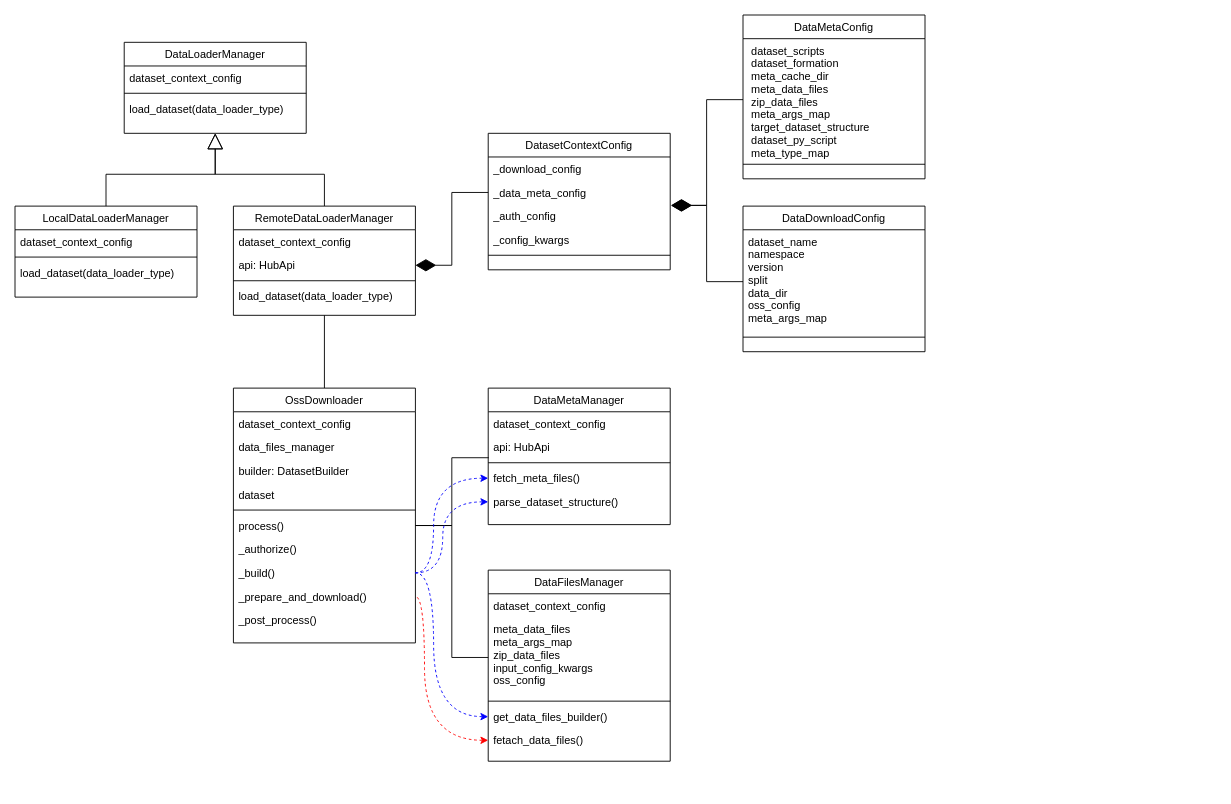
zhongchun/daily keeps this draw.io diagram as page "v_0.1" (1 of 2) of graphs/modelscope_class_diagram.drawio. Above is the earlier version. Source tidied: cells renumbered, new cells numbered last; positions are measured from the earlier drawing's top-left corner, leaving out a move shared by most shapes. Both pictures are drawn from the tidied source at 91%, with x=0, y=0 at pixel (15, 15).
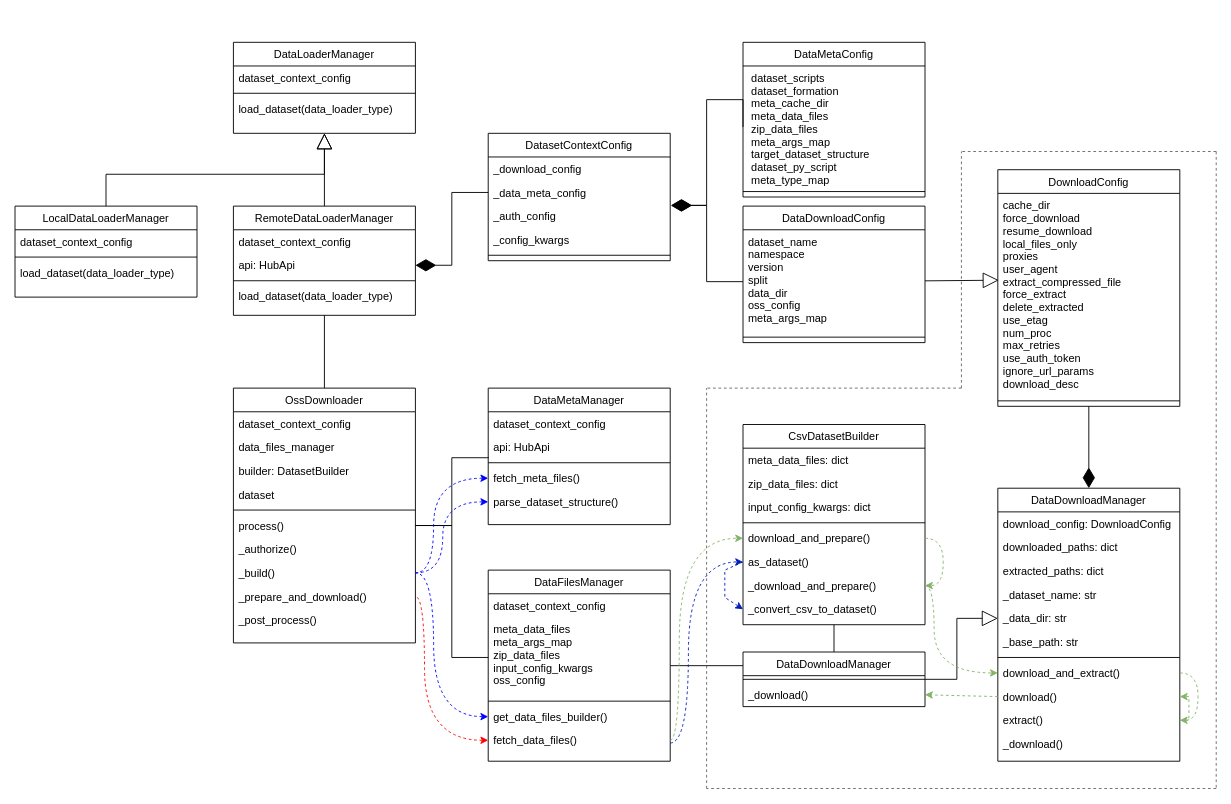
Above is the later version.

The change refers to these unchanged cells:
```xml
<mxCell id="40" value="dataset_name&#10;namespace&#10;version&#10;split&#10;data_dir&#10;oss_config&#10;meta_args_map" style="text;align=left;verticalAlign=top;spacingLeft=4;spacingRight=4;overflow=hidden;points=[[0,0.5],[1,0.5]];portConstraint=eastwest;" parent="39" vertex="1">
  <mxGeometry y="26" width="200" height="114" as="geometry" />
</mxCell>
<mxCell id="51" value="DataFilesManager" style="swimlane;fontStyle=0;align=center;verticalAlign=top;horizontal=1;startSize=26;rounded=0;shadow=0;strokeWidth=1;" parent="1" vertex="1">
  <mxGeometry x="520" y="610" width="200" height="210" as="geometry" />
</mxCell>
```

Diff of the diagram source:
```diff
@@
     <mxCell id="9" value="DataLoaderManager" style="swimlane;fontStyle=0;align=center;verticalAlign=top;horizontal=1;startSize=26;rounded=0;shadow=0;strokeWidth=1;" parent="1" vertex="1">
-      <mxGeometry x="120" y="30" width="200" height="100" as="geometry" />
+      <mxGeometry x="240" y="30" width="200" height="100" as="geometry" />
     </mxCell>
@@
     <mxCell id="18" value="DatasetContextConfig" style="swimlane;fontStyle=0;align=center;verticalAlign=top;horizontal=1;startSize=26;rounded=0;shadow=0;strokeWidth=1;" parent="1" vertex="1">
-      <mxGeometry x="520" y="130" width="200" height="150" as="geometry" />
+      <mxGeometry x="520" y="130" width="200" height="140" as="geometry" />
     </mxCell>
@@
     <mxCell id="36" value="DataMetaConfig" style="swimlane;fontStyle=0;align=center;verticalAlign=top;horizontal=1;startSize=26;rounded=0;shadow=0;strokeWidth=1;" parent="1" vertex="1">
-      <mxGeometry x="800" width="200" height="180" as="geometry" />
+      <mxGeometry x="800" y="30" width="200" height="170" as="geometry" />
     </mxCell>
@@
     <mxCell id="39" value="DataDownloadConfig" style="swimlane;fontStyle=0;align=center;verticalAlign=top;horizontal=1;startSize=26;rounded=0;shadow=0;strokeWidth=1;" parent="1" vertex="1">
-      <mxGeometry x="800" y="210" width="200" height="160" as="geometry" />
+      <mxGeometry x="800" y="210" width="200" height="150" as="geometry" />
     </mxCell>
@@
+    <mxCell id="62" style="edgeStyle=none;rounded=0;jettySize=auto;html=1;entryX=0;entryY=0.25;entryDx=0;entryDy=0;endArrow=none;endFill=0;" parent="1" edge="1" source="51" target="76">
+      <mxGeometry relative="1" as="geometry" />
+    </mxCell>
@@
-    <mxCell id="56" value="fetach_data_files()" style="text;align=left;verticalAlign=top;spacingLeft=4;spacingRight=4;overflow=hidden;points=[[0,0.5],[1,0.5]];portConstraint=eastwest;fontStyle=0;" parent="51" vertex="1">
+    <mxCell id="56" value="fetch_data_files()" style="text;align=left;verticalAlign=top;spacingLeft=4;spacingRight=4;overflow=hidden;points=[[0,0.5],[1,0.5]];portConstraint=eastwest;fontStyle=0;" parent="51" vertex="1">
       <mxGeometry y="174" width="200" height="26" as="geometry" />
     </mxCell>
@@
+    <mxCell id="63" style="edgeStyle=none;rounded=0;jettySize=auto;html=1;entryX=0.5;entryY=0;entryDx=0;entryDy=0;endArrow=none;endFill=0;" parent="1" edge="1" source="64" target="76">
+      <mxGeometry relative="1" as="geometry" />
+    </mxCell>
+    <mxCell id="64" value="CsvDatasetBuilder" style="swimlane;fontStyle=0;align=center;verticalAlign=top;horizontal=1;startSize=26;rounded=0;shadow=0;strokeWidth=1;" parent="1" vertex="1">
+      <mxGeometry x="800" y="450" width="200" height="220" as="geometry" />
+    </mxCell>
+    <mxCell id="65" value="meta_data_files: dict" style="text;align=left;verticalAlign=top;spacingLeft=4;spacingRight=4;overflow=hidden;" parent="64" vertex="1">
+      <mxGeometry y="26" width="200" height="26" as="geometry" />
+    </mxCell>
+    <mxCell id="66" value="zip_data_files: dict" style="text;align=left;verticalAlign=top;spacingLeft=4;spacingRight=4;overflow=hidden;" parent="64" vertex="1">
+      <mxGeometry y="52" width="200" height="26" as="geometry" />
+    </mxCell>
+    <mxCell id="67" value="input_config_kwargs: dict" style="text;align=left;verticalAlign=top;spacingLeft=4;spacingRight=4;overflow=hidden;" parent="64" vertex="1">
+      <mxGeometry y="78" width="200" height="26" as="geometry" />
+    </mxCell>
+    <mxCell id="68" style="line;html=1;strokeWidth=1;align=left;verticalAlign=middle;spacingTop=-1;spacingLeft=3;spacingRight=3;labelPosition=right;" parent="64" vertex="1">
+      <mxGeometry y="104" width="200" height="8" as="geometry" />
+    </mxCell>
+    <mxCell id="69" value="download_and_prepare()" style="text;align=left;verticalAlign=top;spacingLeft=4;spacingRight=4;overflow=hidden;points=[[0,0.5],[1,0.5]];portConstraint=eastwest;fontStyle=0;" parent="64" vertex="1">
+      <mxGeometry y="112" width="200" height="26" as="geometry" />
+    </mxCell>
+    <mxCell id="70" value="as_dataset()" style="text;align=left;verticalAlign=top;spacingLeft=4;spacingRight=4;overflow=hidden;points=[[0,0.5],[1,0.5]];portConstraint=eastwest;fontStyle=0;" parent="64" vertex="1">
+      <mxGeometry y="138" width="200" height="26" as="geometry" />
+    </mxCell>
+    <mxCell id="71" value="_download_and_prepare()" style="text;align=left;verticalAlign=top;spacingLeft=4;spacingRight=4;overflow=hidden;points=[[0,0.5],[1,0.5]];portConstraint=eastwest;fontStyle=0;" parent="64" vertex="1">
+      <mxGeometry y="164" width="200" height="26" as="geometry" />
+    </mxCell>
+    <mxCell id="72" style="rounded=0;jettySize=auto;html=1;entryX=1;entryY=0.5;entryDx=0;entryDy=0;fillColor=#d5e8d4;strokeColor=#82b366;dashed=1;exitX=1;exitY=0.5;exitDx=0;exitDy=0;edgeStyle=orthogonalEdgeStyle;curved=1;" parent="64" edge="1" source="69" target="71">
+      <mxGeometry relative="1" as="geometry" />
+    </mxCell>
+    <mxCell id="73" value="_convert_csv_to_dataset()" style="text;align=left;verticalAlign=top;spacingLeft=4;spacingRight=4;overflow=hidden;points=[[0,0.5],[1,0.5]];portConstraint=eastwest;fontStyle=0;" parent="64" vertex="1">
+      <mxGeometry y="190" width="200" height="26" as="geometry" />
+    </mxCell>
+    <mxCell id="74" style="rounded=0;jettySize=auto;html=1;fillColor=#0050ef;strokeColor=#001DBC;dashed=1;exitX=0;exitY=0.5;exitDx=0;exitDy=0;elbow=vertical;entryX=0;entryY=0.5;entryDx=0;entryDy=0;" parent="64" edge="1" source="70" target="73">
+      <mxGeometry relative="1" as="geometry">
+        <Array as="points">
+          <mxPoint x="-20" y="160" />
+          <mxPoint x="-20" y="180" />
+          <mxPoint x="-20" y="190" />
+        </Array>
+      </mxGeometry>
+    </mxCell>
+    <mxCell id="75" style="edgeStyle=orthogonalEdgeStyle;rounded=0;jettySize=auto;html=1;entryX=0;entryY=0.5;entryDx=0;entryDy=0;exitX=1;exitY=0.5;exitDx=0;exitDy=0;exitPerimeter=0;endArrow=block;endFill=0;endSize=15;startSize=15;" parent="1" edge="1" source="77" target="84">
+      <mxGeometry relative="1" as="geometry" />
+    </mxCell>
+    <mxCell id="76" value="DataDownloadManager" style="swimlane;fontStyle=0;align=center;verticalAlign=top;horizontal=1;startSize=26;rounded=0;shadow=0;strokeWidth=1;" parent="1" vertex="1">
+      <mxGeometry x="800" y="700" width="200" height="60" as="geometry" />
+    </mxCell>
+    <mxCell id="77" style="line;html=1;strokeWidth=1;align=left;verticalAlign=middle;spacingTop=-1;spacingLeft=3;spacingRight=3;labelPosition=right;points=[];portConstraint=eastwest;" parent="76" vertex="1">
+      <mxGeometry y="26" width="200" height="8" as="geometry" />
+    </mxCell>
+    <mxCell id="78" value="_download()" style="text;align=left;verticalAlign=top;spacingLeft=4;spacingRight=4;overflow=hidden;points=[[0,0.5],[1,0.5]];portConstraint=eastwest;fontStyle=0;" parent="76" vertex="1">
+      <mxGeometry y="34" width="200" height="26" as="geometry" />
+    </mxCell>
+    <mxCell id="79" value="DataDownloadManager" style="swimlane;fontStyle=0;align=center;verticalAlign=top;horizontal=1;startSize=26;rounded=0;shadow=0;strokeWidth=1;" parent="1" vertex="1">
+      <mxGeometry x="1080" y="520" width="200" height="300" as="geometry" />
+    </mxCell>
+    <mxCell id="80" value="download_config: DownloadConfig" style="text;align=left;verticalAlign=top;spacingLeft=4;spacingRight=4;overflow=hidden;" parent="79" vertex="1">
+      <mxGeometry y="26" width="200" height="26" as="geometry" />
+    </mxCell>
+    <mxCell id="81" value="downloaded_paths: dict" style="text;align=left;verticalAlign=top;spacingLeft=4;spacingRight=4;overflow=hidden;" parent="79" vertex="1">
+      <mxGeometry y="52" width="200" height="26" as="geometry" />
+    </mxCell>
+    <mxCell id="82" value="extracted_paths: dict" style="text;align=left;verticalAlign=top;spacingLeft=4;spacingRight=4;overflow=hidden;" parent="79" vertex="1">
+      <mxGeometry y="78" width="200" height="26" as="geometry" />
+    </mxCell>
+    <mxCell id="83" value="_dataset_name: str" style="text;align=left;verticalAlign=top;spacingLeft=4;spacingRight=4;overflow=hidden;" parent="79" vertex="1">
+      <mxGeometry y="104" width="200" height="26" as="geometry" />
+    </mxCell>
+    <mxCell id="84" value="_data_dir: str" style="text;align=left;verticalAlign=top;spacingLeft=4;spacingRight=4;overflow=hidden;points=[[0,0.5],[1,0.5]];portConstraint=eastwest;" parent="79" vertex="1">
+      <mxGeometry y="130" width="200" height="26" as="geometry" />
+    </mxCell>
+    <mxCell id="85" value="_base_path: str" style="text;align=left;verticalAlign=top;spacingLeft=4;spacingRight=4;overflow=hidden;" parent="79" vertex="1">
+      <mxGeometry y="156" width="200" height="26" as="geometry" />
+    </mxCell>
+    <mxCell id="86" style="line;html=1;strokeWidth=1;align=left;verticalAlign=middle;spacingTop=-1;spacingLeft=3;spacingRight=3;labelPosition=right;" parent="79" vertex="1">
+      <mxGeometry y="182" width="200" height="8" as="geometry" />
+    </mxCell>
+    <mxCell id="87" value="download_and_extract()" style="text;align=left;verticalAlign=top;spacingLeft=4;spacingRight=4;overflow=hidden;points=[[0,0.5],[1,0.5]];portConstraint=eastwest;fontStyle=0;" parent="79" vertex="1">
+      <mxGeometry y="190" width="200" height="26" as="geometry" />
+    </mxCell>
+    <mxCell id="88" value="download()" style="text;align=left;verticalAlign=top;spacingLeft=4;spacingRight=4;overflow=hidden;points=[[0,0.5],[1,0.5]];portConstraint=eastwest;fontStyle=0;" parent="79" vertex="1">
+      <mxGeometry y="216" width="200" height="26" as="geometry" />
+    </mxCell>
+    <mxCell id="89" value="extract()" style="text;align=left;verticalAlign=top;spacingLeft=4;spacingRight=4;overflow=hidden;points=[[0,0.5],[1,0.5]];portConstraint=eastwest;fontStyle=0;" parent="79" vertex="1">
+      <mxGeometry y="242" width="200" height="26" as="geometry" />
+    </mxCell>
+    <mxCell id="90" value="_download()" style="text;align=left;verticalAlign=top;spacingLeft=4;spacingRight=4;overflow=hidden;fontStyle=0;" parent="79" vertex="1">
+      <mxGeometry y="268" width="200" height="26" as="geometry" />
+    </mxCell>
+    <mxCell id="91" style="rounded=0;jettySize=auto;html=1;entryX=1;entryY=0.5;entryDx=0;entryDy=0;fillColor=#d5e8d4;strokeColor=#82b366;dashed=1;exitX=1;exitY=0.5;exitDx=0;exitDy=0;edgeStyle=orthogonalEdgeStyle;curved=1;" parent="79" edge="1" source="87" target="89">
+      <mxGeometry relative="1" as="geometry" />
+    </mxCell>
+    <mxCell id="92" style="rounded=0;jettySize=auto;html=1;fillColor=#d5e8d4;strokeColor=#82b366;dashed=1;exitX=1;exitY=0.5;exitDx=0;exitDy=0;edgeStyle=elbowEdgeStyle;" parent="79" edge="1" source="89">
+      <mxGeometry relative="1" as="geometry">
+        <mxPoint x="200" y="229" as="targetPoint" />
+        <Array as="points">
+          <mxPoint x="210" y="240" />
+        </Array>
+      </mxGeometry>
+    </mxCell>
+    <mxCell id="93" style="edgeStyle=none;rounded=0;jettySize=auto;html=1;endArrow=diamondThin;endFill=1;endSize=20;" parent="1" edge="1" source="94">
+      <mxGeometry relative="1" as="geometry">
+        <mxPoint x="1180" y="520" as="targetPoint" />
+      </mxGeometry>
+    </mxCell>
+    <mxCell id="94" value="DownloadConfig" style="swimlane;fontStyle=0;align=center;verticalAlign=top;horizontal=1;startSize=26;rounded=0;shadow=0;strokeWidth=1;" parent="1" vertex="1">
+      <mxGeometry x="1080" y="170" width="200" height="260" as="geometry" />
+    </mxCell>
+    <mxCell id="95" value="cache_dir&#10;force_download&#10;resume_download&#10;local_files_only&#10;proxies&#10;user_agent&#10;extract_compressed_file&#10;force_extract&#10;delete_extracted&#10;use_etag&#10;num_proc&#10;max_retries&#10;use_auth_token&#10;ignore_url_params&#10;download_desc&#10;" style="text;align=left;verticalAlign=top;spacingLeft=4;spacingRight=4;overflow=hidden;points=[[0,0.5],[1,0.5]];portConstraint=eastwest;" parent="94" vertex="1">
+      <mxGeometry y="26" width="200" height="224" as="geometry" />
+    </mxCell>
+    <mxCell id="96" style="line;html=1;strokeWidth=1;align=left;verticalAlign=middle;spacingTop=-1;spacingLeft=3;spacingRight=3;labelPosition=right;" parent="94" vertex="1">
+      <mxGeometry y="250" width="200" height="8" as="geometry" />
+    </mxCell>
+    <mxCell id="97" style="edgeStyle=none;rounded=0;jettySize=auto;html=1;entryX=0.005;entryY=0.426;entryDx=0;entryDy=0;entryPerimeter=0;endArrow=block;endFill=0;endSize=15;startSize=15;" parent="1" edge="1" source="40" target="95">
+      <mxGeometry relative="1" as="geometry" />
+    </mxCell>
+    <mxCell id="98" style="rounded=0;jettySize=auto;html=1;exitX=1;exitY=0.5;exitDx=0;exitDy=0;entryX=0;entryY=0.5;entryDx=0;entryDy=0;fillColor=#d5e8d4;strokeColor=#82b366;dashed=1;edgeStyle=orthogonalEdgeStyle;curved=1;" parent="1" edge="1" source="56" target="69">
+      <mxGeometry relative="1" as="geometry">
+        <Array as="points">
+          <mxPoint x="730" y="797" />
+          <mxPoint x="730" y="575" />
+        </Array>
+      </mxGeometry>
+    </mxCell>
+    <mxCell id="99" style="rounded=0;jettySize=auto;html=1;entryX=0;entryY=0.5;entryDx=0;entryDy=0;fillColor=#0050ef;strokeColor=#001DBC;dashed=1;edgeStyle=orthogonalEdgeStyle;curved=1;" parent="1" edge="1" target="70">
+      <mxGeometry relative="1" as="geometry">
+        <mxPoint x="720" y="800" as="sourcePoint" />
+        <Array as="points">
+          <mxPoint x="740" y="800" />
+          <mxPoint x="740" y="601" />
+        </Array>
+      </mxGeometry>
+    </mxCell>
+    <mxCell id="100" style="rounded=0;jettySize=auto;html=1;entryX=0;entryY=0.5;entryDx=0;entryDy=0;fillColor=#d5e8d4;strokeColor=#82b366;dashed=1;exitX=1;exitY=0.5;exitDx=0;exitDy=0;edgeStyle=orthogonalEdgeStyle;curved=1;" parent="1" edge="1" source="71" target="87">
+      <mxGeometry relative="1" as="geometry">
+        <Array as="points">
+          <mxPoint x="1010" y="627" />
+          <mxPoint x="1010" y="723" />
+        </Array>
+      </mxGeometry>
+    </mxCell>
+    <mxCell id="101" style="rounded=0;jettySize=auto;html=1;entryX=1;entryY=0.5;entryDx=0;entryDy=0;fillColor=#d5e8d4;strokeColor=#82b366;dashed=1;exitX=0;exitY=0.5;exitDx=0;exitDy=0;elbow=vertical;" parent="1" edge="1" source="88" target="78">
+      <mxGeometry relative="1" as="geometry" />
+    </mxCell>
+    <mxCell id="102" style="endArrow=none;html=1;strokeWidth=1;rounded=0;fillColor=#fff2cc;strokeColor=#666666;dashed=1;" parent="1" edge="1">
+      <mxGeometry relative="1" as="geometry">
+        <mxPoint x="760" y="850" as="sourcePoint" />
+        <mxPoint x="760" y="410" as="targetPoint" />
+      </mxGeometry>
+    </mxCell>
+    <mxCell id="103" style="endArrow=none;html=1;strokeWidth=1;rounded=0;fillColor=#fff2cc;strokeColor=#666666;dashed=1;" parent="1" edge="1">
+      <mxGeometry relative="1" as="geometry">
+        <mxPoint x="1040" y="410" as="sourcePoint" />
+        <mxPoint x="760" y="410" as="targetPoint" />
+      </mxGeometry>
+    </mxCell>
+    <mxCell id="104" style="endArrow=none;html=1;strokeWidth=1;rounded=0;fillColor=#fff2cc;strokeColor=#666666;dashed=1;" parent="1" edge="1">
+      <mxGeometry relative="1" as="geometry">
+        <mxPoint x="1040" y="410" as="sourcePoint" />
+        <mxPoint x="1040" y="150" as="targetPoint" />
+      </mxGeometry>
+    </mxCell>
+    <mxCell id="105" style="endArrow=none;html=1;strokeWidth=1;rounded=0;fillColor=#fff2cc;strokeColor=#666666;dashed=1;" parent="1" edge="1">
+      <mxGeometry relative="1" as="geometry">
+        <mxPoint x="1320" y="150" as="sourcePoint" />
+        <mxPoint x="1040" y="150" as="targetPoint" />
+      </mxGeometry>
+    </mxCell>
+    <mxCell id="106" style="endArrow=none;html=1;strokeWidth=1;rounded=0;fillColor=#fff2cc;strokeColor=#666666;dashed=1;" parent="1" edge="1">
+      <mxGeometry relative="1" as="geometry">
+        <mxPoint x="1320" y="150" as="sourcePoint" />
+        <mxPoint x="1320" y="850" as="targetPoint" />
+      </mxGeometry>
+    </mxCell>
+    <mxCell id="107" style="endArrow=none;html=1;strokeWidth=1;rounded=0;fillColor=#fff2cc;strokeColor=#666666;dashed=1;" parent="1" edge="1">
+      <mxGeometry relative="1" as="geometry">
+        <mxPoint x="1320" y="850" as="sourcePoint" />
+        <mxPoint x="760" y="850" as="targetPoint" />
+      </mxGeometry>
+    </mxCell>
```
